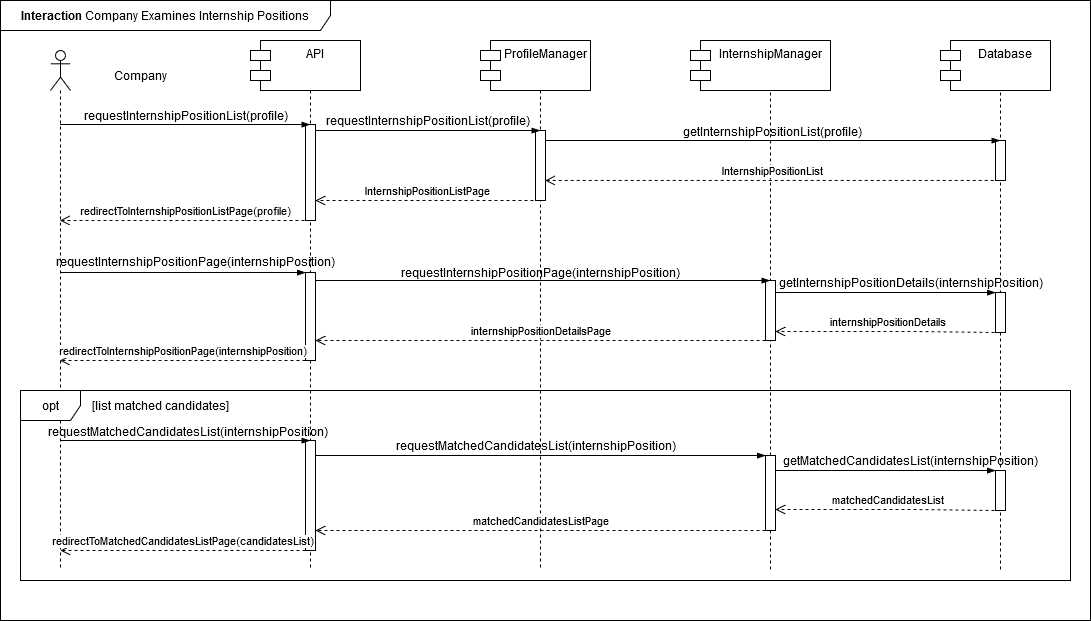
The draw.io diagram DD/Images/Interactions/INT11_CompanyExaminesInternshipPosition.drawio.png in edogriba/GribaldoRosa, before a commit. Source tidied: cells renumbered, new cells last; positions are measured from the earlier drawing's top-left corner, leaving out a move shared by most shapes. The source it was exported from:
```xml
<mxGraphModel>
  <root>
    <mxCell id="0" />
    <mxCell id="1" parent="0" />
    <mxCell id="2" value=":Object" style="shape=umlLifeline;perimeter=lifelinePerimeter;whiteSpace=wrap;html=1;newEdgeStyle={&quot;curved&quot;:0,&quot;rounded&quot;:0};" parent="1" vertex="1">
      <mxGeometry x="720" y="40" width="100" height="530" as="geometry" />
    </mxCell>
    <mxCell id="3" value="S&amp;amp;C" style="shape=umlLifeline;perimeter=lifelinePerimeter;whiteSpace=wrap;html=1;newEdgeStyle={&quot;edgeStyle&quot;:&quot;elbowEdgeStyle&quot;,&quot;elbow&quot;:&quot;vertical&quot;,&quot;curved&quot;:0,&quot;rounded&quot;:0};" parent="1" vertex="1">
      <mxGeometry x="260" y="50" width="100" height="520" as="geometry" />
    </mxCell>
    <mxCell id="4" style="html=1;points=[[0,0,0,0,5],[0,1,0,0,-5],[1,0,0,0,5],[1,1,0,0,-5]];perimeter=orthogonalPerimeter;outlineConnect=0;targetShapes=umlLifeline;portConstraint=eastwest;newEdgeStyle={&quot;curved&quot;:0,&quot;rounded&quot;:0};" parent="3" vertex="1">
      <mxGeometry x="45" y="74" width="10" height="96" as="geometry" />
    </mxCell>
    <mxCell id="5" style="html=1;perimeter=orthogonalPerimeter;targetShapes=umlLifeline;newEdgeStyle={&quot;curved&quot;:0,&quot;rounded&quot;:0};" parent="3" vertex="1">
      <mxGeometry x="45" y="390" width="10" height="110" as="geometry" />
    </mxCell>
    <mxCell id="6" style="shape=umlLifeline;perimeter=lifelinePerimeter;whiteSpace=wrap;html=1;outlineConnect=0;portConstraint=eastwest;newEdgeStyle={&quot;curved&quot;:0,&quot;rounded&quot;:0};participant=umlActor;" parent="1" vertex="1">
      <mxGeometry x="50" y="50" width="20" height="520" as="geometry" />
    </mxCell>
    <mxCell id="7" value="Company" style="text;html=1;align=center;verticalAlign=middle;strokeColor=none;fillColor=none;" parent="1" vertex="1">
      <mxGeometry x="100" y="60" width="80" height="30" as="geometry" />
    </mxCell>
    <mxCell id="8" style="edgeStyle=elbowEdgeStyle;fontSize=12;html=1;endArrow=blockThin;endFill=1;rounded=0;" parent="1" edge="1">
      <mxGeometry relative="1" as="geometry">
        <mxPoint x="60.1" y="124" as="sourcePoint" />
        <mxPoint x="309.5" y="124" as="targetPoint" />
        <Array as="points">
          <mxPoint x="210" y="124" />
        </Array>
      </mxGeometry>
    </mxCell>
    <mxCell id="9" value="requestInternshipPositionList(profile)" style="text;html=1;align=center;verticalAlign=middle;strokeColor=none;fillColor=none;" parent="1" vertex="1">
      <mxGeometry x="70" y="100" width="230" height="30" as="geometry" />
    </mxCell>
    <mxCell id="10" value="&lt;b&gt;Interaction&lt;/b&gt; Company Examines Internship Positions" style="shape=umlFrame;whiteSpace=wrap;html=1;width=330;height=30;" parent="1" vertex="1">
      <mxGeometry width="1090" height="620" as="geometry" />
    </mxCell>
    <mxCell id="11" value="API" style="shape=module;align=left;spacingLeft=20;align=center;verticalAlign=top;whiteSpace=wrap;html=1;" parent="1" vertex="1">
      <mxGeometry x="250" y="40" width="110" height="50" as="geometry" />
    </mxCell>
    <mxCell id="12" value=":Object" style="shape=umlLifeline;perimeter=lifelinePerimeter;whiteSpace=wrap;html=1;newEdgeStyle={&quot;curved&quot;:0,&quot;rounded&quot;:0};" parent="1" vertex="1">
      <mxGeometry x="490" y="50" width="100" height="520" as="geometry" />
    </mxCell>
    <mxCell id="13" style="html=1;points=[[0,0,0,0,5],[0,1,0,0,-5],[1,0,0,0,5],[1,1,0,0,-5]];perimeter=orthogonalPerimeter;outlineConnect=0;targetShapes=umlLifeline;portConstraint=eastwest;newEdgeStyle={&quot;curved&quot;:0,&quot;rounded&quot;:0};" parent="12" vertex="1">
      <mxGeometry x="45" y="80" width="10" height="70" as="geometry" />
    </mxCell>
    <mxCell id="14" value="ProfileManager" style="shape=module;align=left;spacingLeft=20;align=center;verticalAlign=top;whiteSpace=wrap;html=1;" parent="1" vertex="1">
      <mxGeometry x="480" y="40" width="110" height="50" as="geometry" />
    </mxCell>
    <mxCell id="15" value="InternshipManager" style="shape=module;align=left;spacingLeft=20;align=center;verticalAlign=top;whiteSpace=wrap;html=1;" parent="1" vertex="1">
      <mxGeometry x="690" y="40" width="140" height="50" as="geometry" />
    </mxCell>
    <mxCell id="16" value=":Object" style="shape=umlLifeline;perimeter=lifelinePerimeter;whiteSpace=wrap;html=1;outlineConnect=0;portConstraint=eastwest;newEdgeStyle={&quot;curved&quot;:0,&quot;rounded&quot;:0};" parent="1" vertex="1">
      <mxGeometry x="950" y="40" width="100" height="530" as="geometry" />
    </mxCell>
    <mxCell id="17" style="html=1;perimeter=orthogonalPerimeter;targetShapes=umlLifeline;newEdgeStyle={&quot;curved&quot;:0,&quot;rounded&quot;:0};" parent="16" vertex="1">
      <mxGeometry x="45" y="100" width="10" height="40" as="geometry" />
    </mxCell>
    <mxCell id="18" style="html=1;points=[[0,0,0,0,5],[0,1,0,0,-5],[1,0,0,0,5],[1,1,0,0,-5]];perimeter=orthogonalPerimeter;outlineConnect=0;targetShapes=umlLifeline;portConstraint=eastwest;newEdgeStyle={&quot;curved&quot;:0,&quot;rounded&quot;:0};" parent="16" vertex="1">
      <mxGeometry x="45" y="252" width="10" height="40" as="geometry" />
    </mxCell>
    <mxCell id="19" style="html=1;perimeter=orthogonalPerimeter;targetShapes=umlLifeline;newEdgeStyle={&quot;curved&quot;:0,&quot;rounded&quot;:0};" parent="16" vertex="1">
      <mxGeometry x="45" y="430" width="10" height="40" as="geometry" />
    </mxCell>
    <mxCell id="20" value="Database" style="shape=module;align=left;spacingLeft=20;align=center;verticalAlign=top;whiteSpace=wrap;html=1;" parent="1" vertex="1">
      <mxGeometry x="940" y="40" width="110" height="50" as="geometry" />
    </mxCell>
    <mxCell id="21" value="requestInternshipPositionList(profile)" style="text;html=1;align=center;verticalAlign=middle;strokeColor=none;fillColor=none;" parent="1" vertex="1">
      <mxGeometry x="312" y="105" width="230" height="30" as="geometry" />
    </mxCell>
    <mxCell id="22" value="InternshipPositionListPage" style="html=1;verticalAlign=bottom;endArrow=open;dashed=1;endSize=8;curved=0;rounded=0;" parent="1" edge="1" target="4">
      <mxGeometry relative="1" as="geometry">
        <mxPoint x="539" y="200" as="sourcePoint" />
        <Array as="points">
          <mxPoint x="445" y="200" />
        </Array>
      </mxGeometry>
    </mxCell>
    <mxCell id="23" value="getInternshipPositionList(profile)" style="text;html=1;align=center;verticalAlign=middle;strokeColor=none;fillColor=none;" parent="1" vertex="1">
      <mxGeometry x="672" y="116" width="200" height="30" as="geometry" />
    </mxCell>
    <mxCell id="24" value="redirectToInternshipPositionListPage(profile)" style="html=1;verticalAlign=bottom;endArrow=open;dashed=1;endSize=8;curved=0;rounded=0;" parent="1" edge="1" target="6">
      <mxGeometry relative="1" as="geometry">
        <mxPoint x="310" y="220" as="sourcePoint" />
      </mxGeometry>
    </mxCell>
    <mxCell id="25" value="requestInternshipPositionPage(internshipPosition)" style="text;html=1;align=center;verticalAlign=middle;strokeColor=none;fillColor=none;" parent="1" vertex="1">
      <mxGeometry x="390" y="257" width="300" height="30" as="geometry" />
    </mxCell>
    <mxCell id="26" value="InternshipPositionList" style="html=1;verticalAlign=bottom;endArrow=open;dashed=1;endSize=8;curved=0;rounded=0;" parent="1" edge="1">
      <mxGeometry relative="1" as="geometry">
        <mxPoint x="999.2" y="180" as="sourcePoint" />
        <mxPoint x="544.8" y="180" as="targetPoint" />
        <Array as="points">
          <mxPoint x="675.8" y="180" />
        </Array>
      </mxGeometry>
    </mxCell>
    <mxCell id="27" value="getInternshipPositionDetails(internshipPosition)" style="text;html=1;align=center;verticalAlign=middle;strokeColor=none;fillColor=none;" parent="1" vertex="1">
      <mxGeometry x="765" y="267" width="290" height="30" as="geometry" />
    </mxCell>
    <mxCell id="28" style="edgeStyle=elbowEdgeStyle;fontSize=12;html=1;endArrow=blockThin;endFill=1;rounded=0;" parent="1" edge="1" target="18">
      <mxGeometry relative="1" as="geometry">
        <mxPoint x="775" y="292" as="sourcePoint" />
        <Array as="points">
          <mxPoint x="900" y="292" />
        </Array>
      </mxGeometry>
    </mxCell>
    <mxCell id="29" style="html=1;points=[[0,0,0,0,5],[0,1,0,0,-5],[1,0,0,0,5],[1,1,0,0,-5]];perimeter=orthogonalPerimeter;outlineConnect=0;targetShapes=umlLifeline;portConstraint=eastwest;newEdgeStyle={&quot;curved&quot;:0,&quot;rounded&quot;:0};" parent="1" vertex="1">
      <mxGeometry x="765" y="280" width="10" height="60" as="geometry" />
    </mxCell>
    <mxCell id="30" value="internshipPositionDetails" style="html=1;verticalAlign=bottom;endArrow=open;dashed=1;endSize=8;curved=0;rounded=0;" parent="1" edge="1" target="29">
      <mxGeometry relative="1" as="geometry">
        <mxPoint x="1000" y="332.1" as="sourcePoint" />
        <Array as="points">
          <mxPoint x="911" y="331" />
        </Array>
      </mxGeometry>
    </mxCell>
    <mxCell id="31" style="html=1;points=[[0,0,0,0,5],[0,1,0,0,-5],[1,0,0,0,5],[1,1,0,0,-5]];perimeter=orthogonalPerimeter;outlineConnect=0;targetShapes=umlLifeline;portConstraint=eastwest;newEdgeStyle={&quot;curved&quot;:0,&quot;rounded&quot;:0};" parent="1" vertex="1">
      <mxGeometry x="305" y="272" width="10" height="88" as="geometry" />
    </mxCell>
    <mxCell id="32" value="internshipPositionDetailsPage" style="html=1;verticalAlign=bottom;endArrow=open;dashed=1;endSize=8;curved=0;rounded=0;" parent="1" edge="1">
      <mxGeometry relative="1" as="geometry">
        <mxPoint x="765" y="340" as="sourcePoint" />
        <mxPoint x="315" y="340" as="targetPoint" />
        <Array as="points">
          <mxPoint x="740" y="340" />
        </Array>
      </mxGeometry>
    </mxCell>
    <mxCell id="33" style="edgeStyle=elbowEdgeStyle;fontSize=12;html=1;endArrow=blockThin;endFill=1;rounded=0;" parent="1" edge="1" source="4">
      <mxGeometry relative="1" as="geometry">
        <mxPoint x="539.5" y="130" as="targetPoint" />
        <Array as="points">
          <mxPoint x="435" y="130" />
        </Array>
      </mxGeometry>
    </mxCell>
    <mxCell id="34" style="edgeStyle=elbowEdgeStyle;fontSize=12;html=1;endArrow=blockThin;endFill=1;rounded=0;elbow=vertical;" parent="1" edge="1" source="13" target="16">
      <mxGeometry x="-0.04" y="30" relative="1" as="geometry">
        <Array as="points">
          <mxPoint x="665" y="140" />
        </Array>
      </mxGeometry>
    </mxCell>
    <mxCell id="35" value="requestInternshipPositionPage(internshipPosition)" style="text;html=1;align=center;verticalAlign=middle;strokeColor=none;fillColor=none;" parent="1" vertex="1">
      <mxGeometry x="45" y="246" width="300" height="30" as="geometry" />
    </mxCell>
    <mxCell id="36" style="edgeStyle=elbowEdgeStyle;fontSize=12;html=1;endArrow=blockThin;endFill=1;rounded=0;" parent="1" edge="1" source="6" target="31">
      <mxGeometry relative="1" as="geometry">
        <Array as="points">
          <mxPoint x="210.2" y="272" />
        </Array>
      </mxGeometry>
    </mxCell>
    <mxCell id="37" style="edgeStyle=elbowEdgeStyle;fontSize=12;html=1;endArrow=blockThin;endFill=1;rounded=0;" parent="1" edge="1">
      <mxGeometry relative="1" as="geometry">
        <mxPoint x="315" y="280" as="sourcePoint" />
        <mxPoint x="769.5" y="280" as="targetPoint" />
        <Array as="points">
          <mxPoint x="436" y="280" />
        </Array>
      </mxGeometry>
    </mxCell>
    <mxCell id="38" value="redirectToInternshipPositionPage(internshipPosition)" style="html=1;verticalAlign=bottom;endArrow=open;dashed=1;endSize=8;curved=0;rounded=0;" parent="1" edge="1" source="31" target="6">
      <mxGeometry relative="1" as="geometry">
        <Array as="points">
          <mxPoint x="215.5" y="360" />
        </Array>
      </mxGeometry>
    </mxCell>
    <mxCell id="39" value="opt" style="shape=umlFrame;whiteSpace=wrap;html=1;width=60;height=30;" parent="1" vertex="1">
      <mxGeometry x="20" y="390" width="1050" height="190" as="geometry" />
    </mxCell>
    <mxCell id="40" value="[list matched candidates]" style="text;html=1;align=center;verticalAlign=middle;strokeColor=none;fillColor=none;" parent="1" vertex="1">
      <mxGeometry x="80" y="390" width="160" height="30" as="geometry" />
    </mxCell>
    <mxCell id="41" value="requestMatchedCandidatesList(internshipPosition)" style="text;html=1;align=center;verticalAlign=middle;strokeColor=none;fillColor=none;" parent="1" vertex="1">
      <mxGeometry x="42" y="416" width="290" height="30" as="geometry" />
    </mxCell>
    <mxCell id="42" style="edgeStyle=elbowEdgeStyle;fontSize=12;html=1;endArrow=blockThin;endFill=1;rounded=0;" parent="1" edge="1">
      <mxGeometry relative="1" as="geometry">
        <mxPoint x="60.2" y="440" as="sourcePoint" />
        <mxPoint x="309.5" y="440" as="targetPoint" />
        <Array as="points">
          <mxPoint x="205.2" y="440" />
        </Array>
      </mxGeometry>
    </mxCell>
    <mxCell id="43" value="requestMatchedCandidatesList(internshipPosition)" style="text;html=1;align=center;verticalAlign=middle;strokeColor=none;fillColor=none;" parent="1" vertex="1">
      <mxGeometry x="390" y="430" width="290" height="30" as="geometry" />
    </mxCell>
    <mxCell id="44" style="html=1;perimeter=orthogonalPerimeter;targetShapes=umlLifeline;newEdgeStyle={&quot;curved&quot;:0,&quot;rounded&quot;:0};" parent="1" vertex="1">
      <mxGeometry x="765" y="455" width="10" height="75" as="geometry" />
    </mxCell>
    <mxCell id="45" style="edgeStyle=elbowEdgeStyle;fontSize=12;html=1;endArrow=blockThin;endFill=1;rounded=0;" parent="1" edge="1">
      <mxGeometry relative="1" as="geometry">
        <mxPoint x="315" y="455" as="sourcePoint" />
        <mxPoint x="765" y="455" as="targetPoint" />
        <Array as="points">
          <mxPoint x="438.8" y="455" />
        </Array>
      </mxGeometry>
    </mxCell>
    <mxCell id="46" style="edgeStyle=elbowEdgeStyle;fontSize=12;html=1;endArrow=blockThin;endFill=1;rounded=0;" parent="1" edge="1">
      <mxGeometry relative="1" as="geometry">
        <mxPoint x="775" y="470" as="sourcePoint" />
        <mxPoint x="995" y="470" as="targetPoint" />
        <Array as="points">
          <mxPoint x="900" y="470" />
        </Array>
      </mxGeometry>
    </mxCell>
    <mxCell id="47" value="getMatchedCandidatesList(internshipPosition)" style="text;html=1;align=center;verticalAlign=middle;strokeColor=none;fillColor=none;" parent="1" vertex="1">
      <mxGeometry x="770" y="445" width="280" height="30" as="geometry" />
    </mxCell>
    <mxCell id="48" value="matchedCandidatesList" style="html=1;verticalAlign=bottom;endArrow=open;dashed=1;endSize=8;curved=0;rounded=0;" parent="1" edge="1">
      <mxGeometry relative="1" as="geometry">
        <mxPoint x="1000" y="510.1" as="sourcePoint" />
        <mxPoint x="775" y="509" as="targetPoint" />
        <Array as="points">
          <mxPoint x="911" y="509" />
        </Array>
      </mxGeometry>
    </mxCell>
    <mxCell id="49" value="matchedCandidatesListPage" style="html=1;verticalAlign=bottom;endArrow=open;dashed=1;endSize=8;curved=0;rounded=0;" parent="1" edge="1">
      <mxGeometry relative="1" as="geometry">
        <mxPoint x="765" y="530" as="sourcePoint" />
        <mxPoint x="315" y="530" as="targetPoint" />
        <Array as="points">
          <mxPoint x="740" y="530" />
        </Array>
      </mxGeometry>
    </mxCell>
    <mxCell id="50" value="redirectToMatchedCandidatesListPage(candidatesList)" style="html=1;verticalAlign=bottom;endArrow=open;dashed=1;endSize=8;curved=0;rounded=0;" parent="1" edge="1">
      <mxGeometry relative="1" as="geometry">
        <mxPoint x="305" y="550" as="sourcePoint" />
        <mxPoint x="60" y="550" as="targetPoint" />
        <Array as="points">
          <mxPoint x="215.5" y="550" />
        </Array>
      </mxGeometry>
    </mxCell>
  </root>
</mxGraphModel>
```
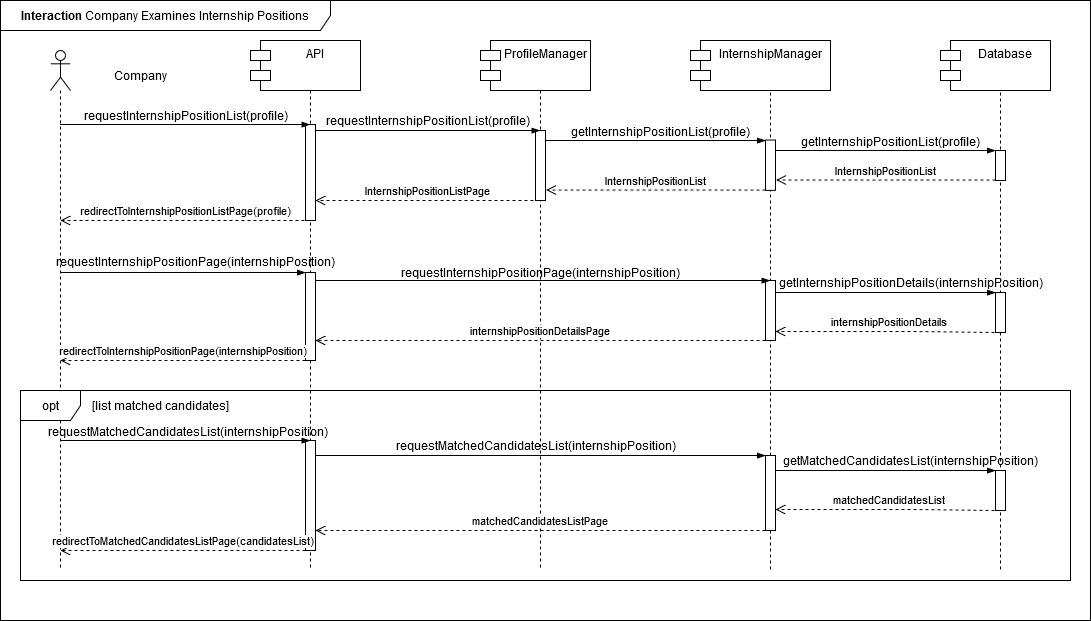
After the change.

Diff of the diagram source:
```diff
@@ -54,7 +54,7 @@
       <mxGeometry x="950" y="40" width="100" height="530" as="geometry" />
     </mxCell>
     <mxCell id="17" style="html=1;perimeter=orthogonalPerimeter;targetShapes=umlLifeline;newEdgeStyle={&quot;curved&quot;:0,&quot;rounded&quot;:0};" parent="16" vertex="1">
-      <mxGeometry x="45" y="100" width="10" height="40" as="geometry" />
+      <mxGeometry x="45" y="110" width="10" height="30" as="geometry" />
     </mxCell>
     <mxCell id="18" style="html=1;points=[[0,0,0,0,5],[0,1,0,0,-5],[1,0,0,0,5],[1,1,0,0,-5]];perimeter=orthogonalPerimeter;outlineConnect=0;targetShapes=umlLifeline;portConstraint=eastwest;newEdgeStyle={&quot;curved&quot;:0,&quot;rounded&quot;:0};" parent="16" vertex="1">
       <mxGeometry x="45" y="252" width="10" height="40" as="geometry" />
@@ -76,9 +76,6 @@
         </Array>
       </mxGeometry>
     </mxCell>
-    <mxCell id="23" value="getInternshipPositionList(profile)" style="text;html=1;align=center;verticalAlign=middle;strokeColor=none;fillColor=none;" parent="1" vertex="1">
-      <mxGeometry x="672" y="116" width="200" height="30" as="geometry" />
-    </mxCell>
     <mxCell id="24" value="redirectToInternshipPositionListPage(profile)" style="html=1;verticalAlign=bottom;endArrow=open;dashed=1;endSize=8;curved=0;rounded=0;" parent="1" edge="1" target="6">
       <mxGeometry relative="1" as="geometry">
         <mxPoint x="310" y="220" as="sourcePoint" />
@@ -87,15 +84,6 @@
     <mxCell id="25" value="requestInternshipPositionPage(internshipPosition)" style="text;html=1;align=center;verticalAlign=middle;strokeColor=none;fillColor=none;" parent="1" vertex="1">
       <mxGeometry x="390" y="257" width="300" height="30" as="geometry" />
     </mxCell>
-    <mxCell id="26" value="InternshipPositionList" style="html=1;verticalAlign=bottom;endArrow=open;dashed=1;endSize=8;curved=0;rounded=0;" parent="1" edge="1">
-      <mxGeometry relative="1" as="geometry">
-        <mxPoint x="999.2" y="180" as="sourcePoint" />
-        <mxPoint x="544.8" y="180" as="targetPoint" />
-        <Array as="points">
-          <mxPoint x="675.8" y="180" />
-        </Array>
-      </mxGeometry>
-    </mxCell>
     <mxCell id="27" value="getInternshipPositionDetails(internshipPosition)" style="text;html=1;align=center;verticalAlign=middle;strokeColor=none;fillColor=none;" parent="1" vertex="1">
       <mxGeometry x="765" y="267" width="290" height="30" as="geometry" />
     </mxCell>
@@ -138,13 +126,6 @@
         </Array>
       </mxGeometry>
     </mxCell>
-    <mxCell id="34" style="edgeStyle=elbowEdgeStyle;fontSize=12;html=1;endArrow=blockThin;endFill=1;rounded=0;elbow=vertical;" parent="1" edge="1" source="13" target="16">
-      <mxGeometry x="-0.04" y="30" relative="1" as="geometry">
-        <Array as="points">
-          <mxPoint x="665" y="140" />
-        </Array>
-      </mxGeometry>
-    </mxCell>
     <mxCell id="35" value="requestInternshipPositionPage(internshipPosition)" style="text;html=1;align=center;verticalAlign=middle;strokeColor=none;fillColor=none;" parent="1" vertex="1">
       <mxGeometry x="45" y="246" width="300" height="30" as="geometry" />
     </mxCell>
@@ -243,5 +224,50 @@
         </Array>
       </mxGeometry>
     </mxCell>
+    <mxCell id="51" value="getInternshipPositionList(profile)" style="text;html=1;align=center;verticalAlign=middle;strokeColor=none;fillColor=none;" parent="1" vertex="1">
+      <mxGeometry x="560" y="116" width="200" height="30" as="geometry" />
+    </mxCell>
+    <mxCell id="52" value="InternshipPositionList" style="html=1;verticalAlign=bottom;endArrow=open;dashed=1;endSize=8;curved=0;rounded=0;" parent="1" edge="1">
+      <mxGeometry relative="1" as="geometry">
+        <mxPoint x="995" y="179.6" as="sourcePoint" />
+        <mxPoint x="775" y="179.6" as="targetPoint" />
+        <Array as="points">
+          <mxPoint x="775.8" y="179.6" />
+        </Array>
+      </mxGeometry>
+    </mxCell>
+    <mxCell id="53" style="edgeStyle=elbowEdgeStyle;fontSize=12;html=1;endArrow=blockThin;endFill=1;rounded=0;elbow=vertical;" parent="1" edge="1">
+      <mxGeometry x="-0.04" y="30" relative="1" as="geometry">
+        <mxPoint x="545" y="140" as="sourcePoint" />
+        <mxPoint x="765" y="140" as="targetPoint" />
+        <Array as="points">
+          <mxPoint x="665" y="140" />
+        </Array>
+      </mxGeometry>
+    </mxCell>
+    <mxCell id="54" value="getInternshipPositionList(profile)" style="text;html=1;align=center;verticalAlign=middle;strokeColor=none;fillColor=none;" parent="1" vertex="1">
+      <mxGeometry x="790" y="126" width="200" height="30" as="geometry" />
+    </mxCell>
+    <mxCell id="55" style="edgeStyle=elbowEdgeStyle;fontSize=12;html=1;endArrow=blockThin;endFill=1;rounded=0;elbow=vertical;" parent="1" edge="1">
+      <mxGeometry x="-0.04" y="30" relative="1" as="geometry">
+        <mxPoint x="775" y="150" as="sourcePoint" />
+        <mxPoint x="995" y="150" as="targetPoint" />
+        <Array as="points">
+          <mxPoint x="895" y="150" />
+        </Array>
+      </mxGeometry>
+    </mxCell>
+    <mxCell id="56" value="InternshipPositionList" style="html=1;verticalAlign=bottom;endArrow=open;dashed=1;endSize=8;curved=0;rounded=0;" parent="1" edge="1">
+      <mxGeometry relative="1" as="geometry">
+        <mxPoint x="765" y="189.6" as="sourcePoint" />
+        <mxPoint x="545" y="189.6" as="targetPoint" />
+        <Array as="points">
+          <mxPoint x="545.8" y="189.6" />
+        </Array>
+      </mxGeometry>
+    </mxCell>
+    <mxCell id="57" style="html=1;perimeter=orthogonalPerimeter;targetShapes=umlLifeline;newEdgeStyle={&quot;curved&quot;:0,&quot;rounded&quot;:0};" parent="1" vertex="1">
+      <mxGeometry x="765" y="139.6" width="10" height="50.4" as="geometry" />
+    </mxCell>
   </root>
 </mxGraphModel>
```
